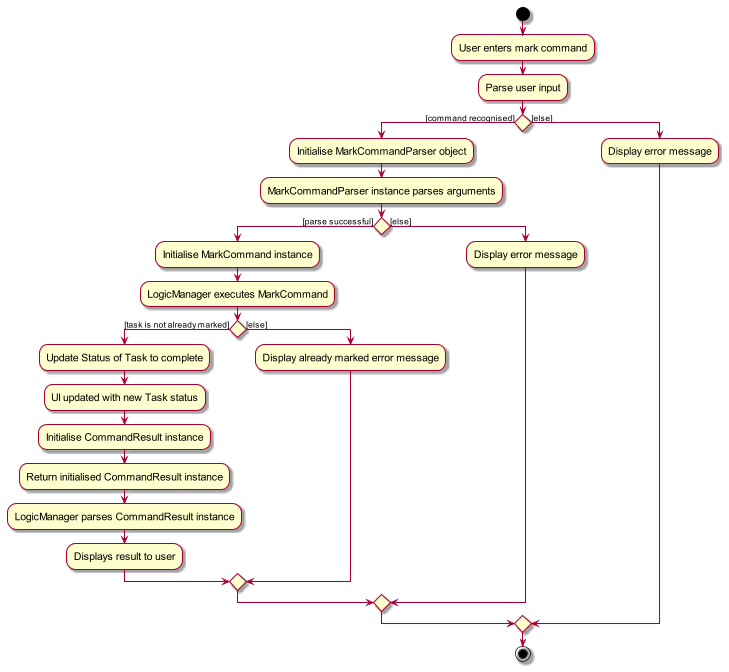
Earlier version of the PlantUML export docs/images/MarkActivityDiagram.png (seantehds/tp).
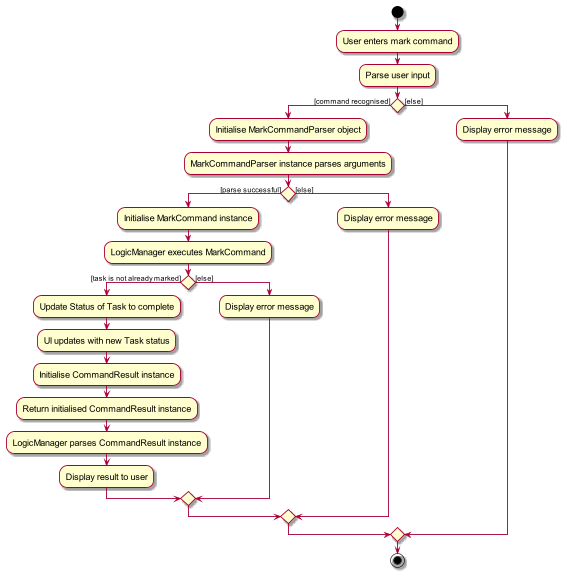
After the commit.

What changed in the source:
```diff
@@ -16,13 +16,13 @@
         :LogicManager executes MarkCommand;
         if () then ([task is not already marked])
             :Update Status of Task to complete;
-            :UI updated with new Task status;
+            :UI updates with new Task status;
             :Initialise CommandResult instance;
             :Return initialised CommandResult instance;
             :LogicManager parses CommandResult instance;
-            :Displays result to user;
+            :Display result to user;
         else ([else])
-            :Display already marked error message;
+            :Display error message;
         endif
     else ([else])
         :Display error message;
```
